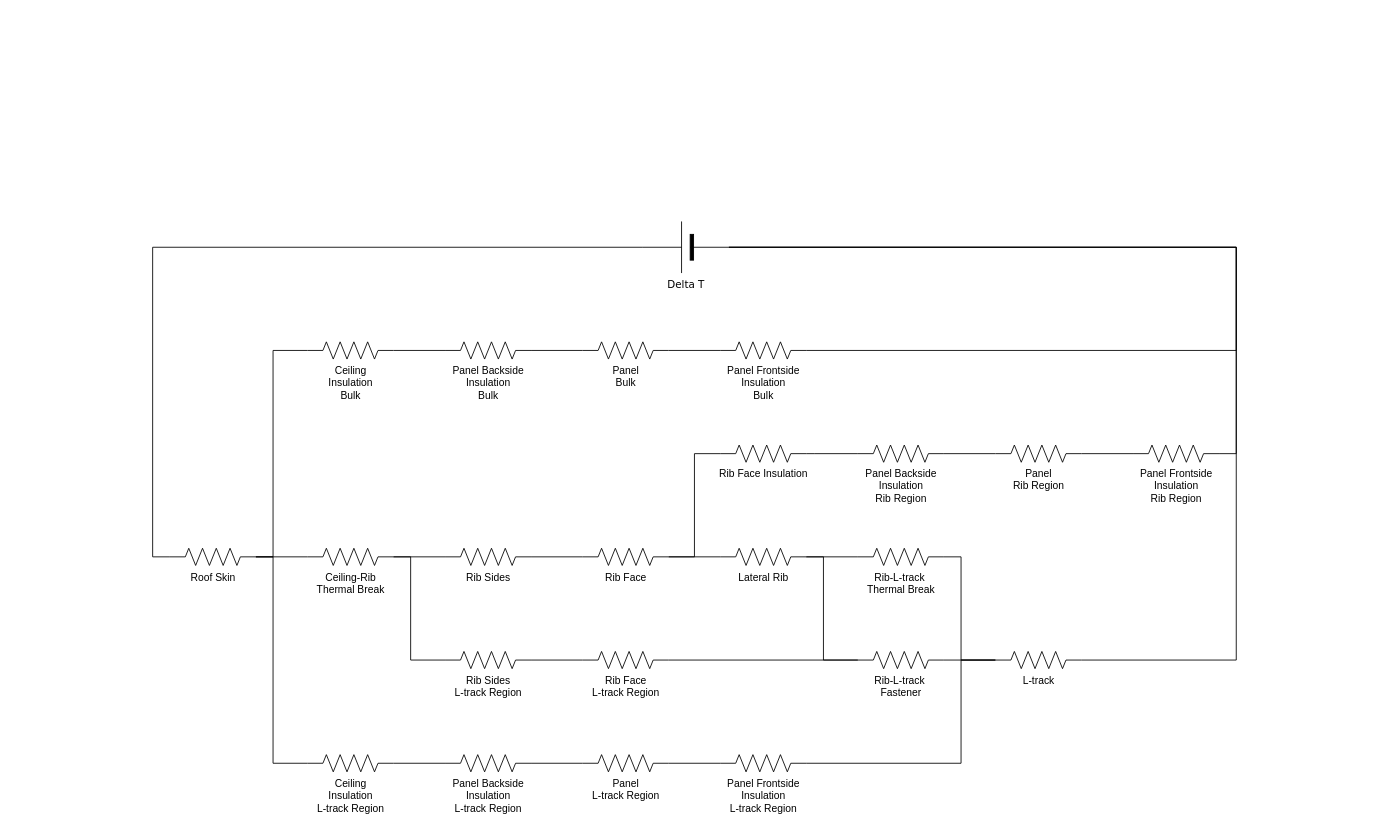
natecostello/van_two_point_oh keeps this draw.io diagram as envelope/insulation/ceiling_thermal_model.drawio. Above is the earlier version. Source tidied: cells renumbered, new cells numbered last; positions are measured from the earlier drawing's top-left corner, leaving out a move shared by most shapes. Both pictures are drawn from the tidied source at 86%, with x=0, y=0 at pixel (169, 221).
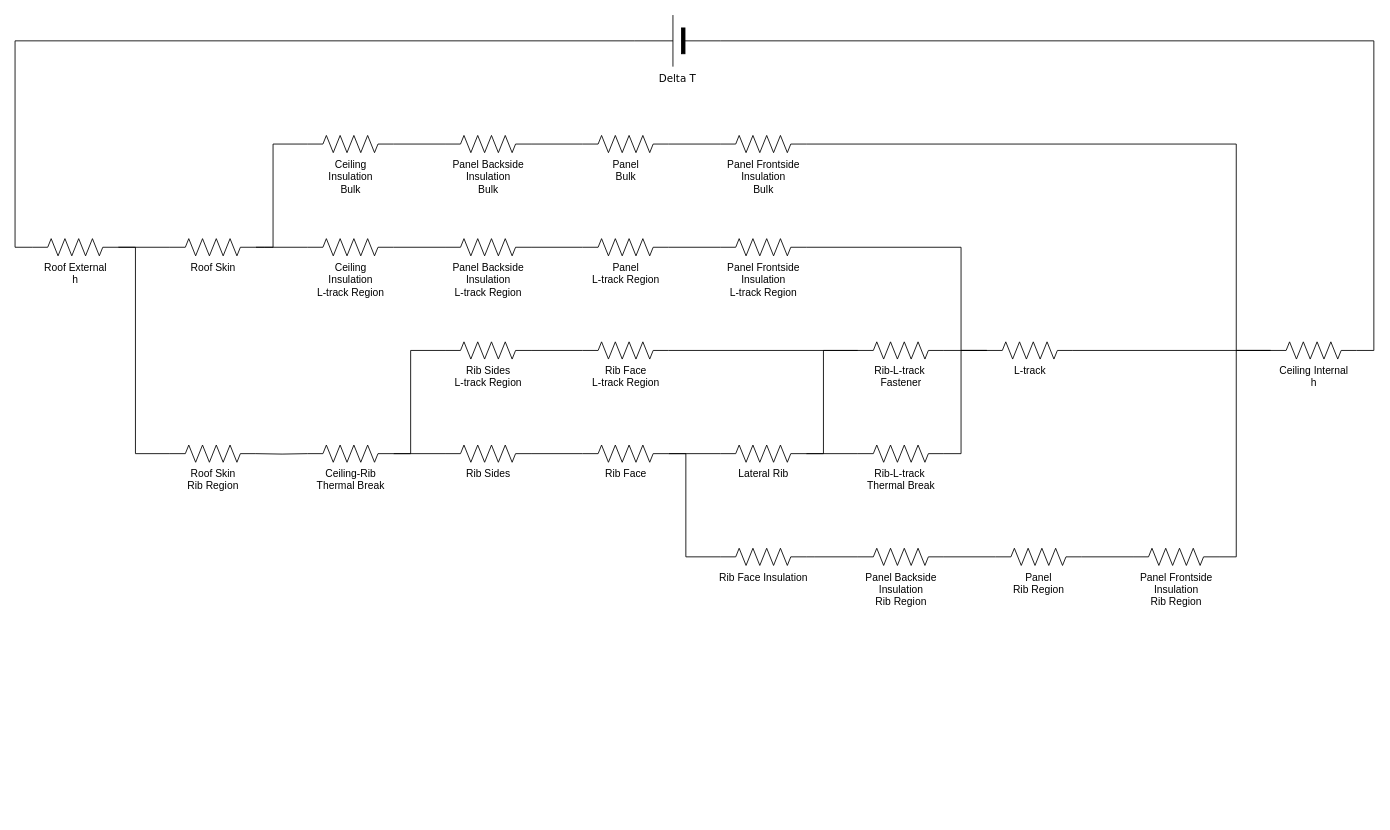
After the change.

Commit message (it also covers changes not shown here):
updated ceiling thermal model

Change to the diagram source:
```diff
@@
-    <mxCell id="2" style="edgeStyle=orthogonalEdgeStyle;rounded=0;jettySize=auto;html=1;exitX=1;exitY=0.5;exitDx=0;exitDy=0;exitPerimeter=0;entryX=0;entryY=0.5;entryDx=0;entryDy=0;entryPerimeter=0;endArrow=none;endFill=0;" parent="1" edge="1" source="3" target="52">
-      <mxGeometry relative="1" as="geometry" />
-    </mxCell>
+    <mxCell id="53" style="edgeStyle=orthogonalEdgeStyle;rounded=0;jettySize=auto;html=1;exitX=1;exitY=0.5;exitDx=0;exitDy=0;exitPerimeter=0;entryX=0;entryY=0.5;entryDx=0;entryDy=0;entryPerimeter=0;endArrow=none;endFill=0;" parent="1" edge="1" source="3" target="60">
+      <mxGeometry relative="1" as="geometry" />
+    </mxCell>
     <mxCell id="3" value="Delta T" style="verticalLabelPosition=bottom;shadow=0;dashed=0;align=center;fillColor=#000000;html=1;verticalAlign=top;strokeWidth=1;shape=mxgraph.electrical.miscellaneous.monocell_battery;rounded=1;comic=0;labelBackgroundColor=none;fontFamily=Verdana;fontSize=12;flipH=1;rotation=0;" parent="1" vertex="1">
-      <mxGeometry x="550" width="100" height="60" as="geometry" />
+      <mxGeometry x="540" y="-240" width="100" height="60" as="geometry" />
     </mxCell>
@@
     <mxCell id="5" value="Ceiling&lt;br&gt;Insulation&lt;br&gt;Bulk" style="verticalLabelPosition=bottom;shadow=0;dashed=0;align=center;html=1;verticalAlign=top;shape=mxgraph.electrical.resistors.resistor_2;rotation=0;" parent="1" vertex="1">
-      <mxGeometry x="160" y="140" width="100" height="20" as="geometry" />
+      <mxGeometry x="160" y="-100" width="100" height="20" as="geometry" />
     </mxCell>
     <mxCell id="6" style="edgeStyle=orthogonalEdgeStyle;rounded=0;jettySize=auto;html=1;exitX=1;exitY=0.5;exitDx=0;exitDy=0;exitPerimeter=0;entryX=0;entryY=0.5;entryDx=0;entryDy=0;entryPerimeter=0;endArrow=none;endFill=0;" parent="1" edge="1" source="8" target="48">
       <mxGeometry relative="1" as="geometry">
         <Array as="points">
-          <mxPoint x="280" y="390" />
-          <mxPoint x="280" y="510" />
+          <mxPoint x="280" y="270" />
+          <mxPoint x="280" y="150" />
         </Array>
       </mxGeometry>
     </mxCell>
@@
     <mxCell id="8" value="Ceiling-Rib &lt;br&gt;Thermal Break" style="verticalLabelPosition=bottom;shadow=0;dashed=0;align=center;html=1;verticalAlign=top;shape=mxgraph.electrical.resistors.resistor_2;rotation=0;" parent="1" vertex="1">
-      <mxGeometry x="160" y="380" width="100" height="20" as="geometry" />
+      <mxGeometry x="160" y="260" width="100" height="20" as="geometry" />
     </mxCell>
@@
     <mxCell id="10" value="Rib Sides" style="verticalLabelPosition=bottom;shadow=0;dashed=0;align=center;html=1;verticalAlign=top;shape=mxgraph.electrical.resistors.resistor_2;rotation=0;" parent="1" vertex="1">
-      <mxGeometry x="320" y="380" width="100" height="20" as="geometry" />
+      <mxGeometry x="320" y="260" width="100" height="20" as="geometry" />
     </mxCell>
@@
     <mxCell id="12" style="edgeStyle=orthogonalEdgeStyle;rounded=0;jettySize=auto;html=1;exitX=1;exitY=0.5;exitDx=0;exitDy=0;exitPerimeter=0;entryX=0;entryY=0.5;entryDx=0;entryDy=0;entryPerimeter=0;endArrow=none;endFill=0;" parent="1" edge="1" source="13" target="15">
-      <mxGeometry relative="1" as="geometry" />
+      <mxGeometry relative="1" as="geometry">
+        <Array as="points">
+          <mxPoint x="600" y="270" />
+          <mxPoint x="600" y="390" />
+        </Array>
+      </mxGeometry>
     </mxCell>
     <mxCell id="13" value="Rib Face" style="verticalLabelPosition=bottom;shadow=0;dashed=0;align=center;html=1;verticalAlign=top;shape=mxgraph.electrical.resistors.resistor_2;rotation=0;" parent="1" vertex="1">
-      <mxGeometry x="480" y="380" width="100" height="20" as="geometry" />
+      <mxGeometry x="480" y="260" width="100" height="20" as="geometry" />
     </mxCell>
     <mxCell id="14" style="edgeStyle=orthogonalEdgeStyle;rounded=0;jettySize=auto;html=1;exitX=1;exitY=0.5;exitDx=0;exitDy=0;exitPerimeter=0;entryX=0;entryY=0.5;entryDx=0;entryDy=0;entryPerimeter=0;endArrow=none;endFill=0;" parent="1" edge="1" source="15" target="37">
       <mxGeometry relative="1" as="geometry">
         <Array as="points">
-          <mxPoint x="750" y="270" />
-          <mxPoint x="750" y="270" />
+          <mxPoint x="750" y="390" />
+          <mxPoint x="750" y="390" />
         </Array>
       </mxGeometry>
     </mxCell>
     <mxCell id="15" value="Rib Face Insulation" style="verticalLabelPosition=bottom;shadow=0;dashed=0;align=center;html=1;verticalAlign=top;shape=mxgraph.electrical.resistors.resistor_2;rotation=0;" parent="1" vertex="1">
-      <mxGeometry x="640" y="260" width="100" height="20" as="geometry" />
+      <mxGeometry x="640" y="380" width="100" height="20" as="geometry" />
     </mxCell>
     <mxCell id="16" style="edgeStyle=orthogonalEdgeStyle;rounded=0;jettySize=auto;html=1;exitX=1;exitY=0.5;exitDx=0;exitDy=0;exitPerimeter=0;entryX=0;entryY=0.5;entryDx=0;entryDy=0;entryPerimeter=0;endArrow=none;endFill=0;" parent="1" edge="1" source="17" target="21">
       <mxGeometry relative="1" as="geometry">
         <Array as="points">
-          <mxPoint x="920" y="390" />
-          <mxPoint x="920" y="510" />
+          <mxPoint x="920" y="270" />
+          <mxPoint x="920" y="150" />
         </Array>
       </mxGeometry>
     </mxCell>
     <mxCell id="17" value="Rib-L-track&amp;nbsp;&lt;br&gt;Thermal Break" style="verticalLabelPosition=bottom;shadow=0;dashed=0;align=center;html=1;verticalAlign=top;shape=mxgraph.electrical.resistors.resistor_2;rotation=0;" parent="1" vertex="1">
-      <mxGeometry x="800" y="380" width="100" height="20" as="geometry" />
+      <mxGeometry x="800" y="260" width="100" height="20" as="geometry" />
     </mxCell>
@@
     <mxCell id="19" value="Rib-L-track&amp;nbsp;&lt;br&gt;Fastener" style="verticalLabelPosition=bottom;shadow=0;dashed=0;align=center;html=1;verticalAlign=top;shape=mxgraph.electrical.resistors.resistor_2;rotation=0;" parent="1" vertex="1">
-      <mxGeometry x="800" y="500" width="100" height="20" as="geometry" />
+      <mxGeometry x="800" y="140" width="100" height="20" as="geometry" />
     </mxCell>
-    <mxCell id="20" style="edgeStyle=orthogonalEdgeStyle;rounded=0;jettySize=auto;html=1;exitX=1;exitY=0.5;exitDx=0;exitDy=0;exitPerimeter=0;entryX=0;entryY=0.5;entryDx=0;entryDy=0;entryPerimeter=0;endArrow=none;endFill=0;" parent="1" edge="1" source="21" target="3">
-      <mxGeometry relative="1" as="geometry">
-        <Array as="points">
-          <mxPoint x="1240" y="510" />
-          <mxPoint x="1240" y="30" />
-        </Array>
-      </mxGeometry>
-    </mxCell>
+    <mxCell id="54" style="edgeStyle=orthogonalEdgeStyle;rounded=0;jettySize=auto;html=1;exitX=1;exitY=0.5;exitDx=0;exitDy=0;exitPerimeter=0;entryX=0;entryY=0.5;entryDx=0;entryDy=0;entryPerimeter=0;endArrow=none;endFill=0;" parent="1" edge="1" source="21" target="62">
+      <mxGeometry relative="1" as="geometry" />
+    </mxCell>
     <mxCell id="21" value="L-track" style="verticalLabelPosition=bottom;shadow=0;dashed=0;align=center;html=1;verticalAlign=top;shape=mxgraph.electrical.resistors.resistor_2;rotation=0;" parent="1" vertex="1">
-      <mxGeometry x="960" y="500" width="100" height="20" as="geometry" />
+      <mxGeometry x="950" y="140" width="100" height="20" as="geometry" />
     </mxCell>
@@
     <mxCell id="23" value="Panel Backside&lt;br&gt;Insulation&lt;br&gt;Bulk" style="verticalLabelPosition=bottom;shadow=0;dashed=0;align=center;html=1;verticalAlign=top;shape=mxgraph.electrical.resistors.resistor_2;rotation=0;" parent="1" vertex="1">
-      <mxGeometry x="320" y="140" width="100" height="20" as="geometry" />
+      <mxGeometry x="320" y="-100" width="100" height="20" as="geometry" />
     </mxCell>
@@
     <mxCell id="25" value="Panel&lt;br&gt;Bulk" style="verticalLabelPosition=bottom;shadow=0;dashed=0;align=center;html=1;verticalAlign=top;shape=mxgraph.electrical.resistors.resistor_2;rotation=0;" parent="1" vertex="1">
-      <mxGeometry x="480" y="140" width="100" height="20" as="geometry" />
+      <mxGeometry x="480" y="-100" width="100" height="20" as="geometry" />
     </mxCell>
-    <mxCell id="26" style="edgeStyle=orthogonalEdgeStyle;rounded=0;jettySize=auto;html=1;exitX=1;exitY=0.5;exitDx=0;exitDy=0;exitPerimeter=0;endArrow=none;endFill=0;" parent="1" edge="1" source="27" target="3">
-      <mxGeometry relative="1" as="geometry">
-        <Array as="points">
-          <mxPoint x="1240" y="150" />
-          <mxPoint x="1240" y="30" />
-        </Array>
-      </mxGeometry>
-    </mxCell>
+    <mxCell id="55" style="edgeStyle=orthogonalEdgeStyle;rounded=0;jettySize=auto;html=1;exitX=1;exitY=0.5;exitDx=0;exitDy=0;exitPerimeter=0;entryX=0;entryY=0.5;entryDx=0;entryDy=0;entryPerimeter=0;endArrow=none;endFill=0;" parent="1" edge="1" source="27" target="62">
+      <mxGeometry relative="1" as="geometry">
+        <Array as="points">
+          <mxPoint x="1240" y="-90" />
+          <mxPoint x="1240" y="150" />
+        </Array>
+      </mxGeometry>
+    </mxCell>
     <mxCell id="27" value="Panel Frontside&lt;br&gt;Insulation&lt;br&gt;Bulk" style="verticalLabelPosition=bottom;shadow=0;dashed=0;align=center;html=1;verticalAlign=top;shape=mxgraph.electrical.resistors.resistor_2;rotation=0;" parent="1" vertex="1">
-      <mxGeometry x="640" y="140" width="100" height="20" as="geometry" />
+      <mxGeometry x="640" y="-100" width="100" height="20" as="geometry" />
     </mxCell>
@@
     <mxCell id="29" value="Panel Backside&lt;br&gt;Insulation&lt;br&gt;L-track Region" style="verticalLabelPosition=bottom;shadow=0;dashed=0;align=center;html=1;verticalAlign=top;shape=mxgraph.electrical.resistors.resistor_2;rotation=0;" parent="1" vertex="1">
-      <mxGeometry x="320" y="620" width="100" height="20" as="geometry" />
+      <mxGeometry x="320" y="20" width="100" height="20" as="geometry" />
     </mxCell>
@@
     <mxCell id="31" value="Panel&lt;br&gt;L-track Region" style="verticalLabelPosition=bottom;shadow=0;dashed=0;align=center;html=1;verticalAlign=top;shape=mxgraph.electrical.resistors.resistor_2;rotation=0;" parent="1" vertex="1">
-      <mxGeometry x="480" y="620" width="100" height="20" as="geometry" />
+      <mxGeometry x="480" y="20" width="100" height="20" as="geometry" />
     </mxCell>
     <mxCell id="32" style="edgeStyle=orthogonalEdgeStyle;rounded=0;jettySize=auto;html=1;exitX=1;exitY=0.5;exitDx=0;exitDy=0;exitPerimeter=0;entryX=0;entryY=0.5;entryDx=0;entryDy=0;entryPerimeter=0;endArrow=none;endFill=0;" parent="1" edge="1" source="33" target="21">
       <mxGeometry relative="1" as="geometry">
         <Array as="points">
-          <mxPoint x="920" y="630" />
-          <mxPoint x="920" y="510" />
+          <mxPoint x="920" y="30" />
+          <mxPoint x="920" y="150" />
         </Array>
       </mxGeometry>
     </mxCell>
     <mxCell id="33" value="Panel Frontside&lt;br&gt;Insulation&lt;br&gt;L-track Region" style="verticalLabelPosition=bottom;shadow=0;dashed=0;align=center;html=1;verticalAlign=top;shape=mxgraph.electrical.resistors.resistor_2;rotation=0;" parent="1" vertex="1">
-      <mxGeometry x="640" y="620" width="100" height="20" as="geometry" />
+      <mxGeometry x="640" y="20" width="100" height="20" as="geometry" />
     </mxCell>
@@
     <mxCell id="35" value="Ceiling&lt;br&gt;Insulation&lt;br&gt;L-track Region" style="verticalLabelPosition=bottom;shadow=0;dashed=0;align=center;html=1;verticalAlign=top;shape=mxgraph.electrical.resistors.resistor_2;rotation=0;" parent="1" vertex="1">
-      <mxGeometry x="160" y="620" width="100" height="20" as="geometry" />
+      <mxGeometry x="160" y="20" width="100" height="20" as="geometry" />
     </mxCell>
@@
     <mxCell id="37" value="Panel Backside&lt;br&gt;Insulation&lt;br&gt;Rib Region" style="verticalLabelPosition=bottom;shadow=0;dashed=0;align=center;html=1;verticalAlign=top;shape=mxgraph.electrical.resistors.resistor_2;rotation=0;" parent="1" vertex="1">
-      <mxGeometry x="800" y="260" width="100" height="20" as="geometry" />
+      <mxGeometry x="800" y="380" width="100" height="20" as="geometry" />
     </mxCell>
@@
     <mxCell id="39" value="Panel&lt;br&gt;Rib Region" style="verticalLabelPosition=bottom;shadow=0;dashed=0;align=center;html=1;verticalAlign=top;shape=mxgraph.electrical.resistors.resistor_2;rotation=0;" parent="1" vertex="1">
-      <mxGeometry x="960" y="260" width="100" height="20" as="geometry" />
+      <mxGeometry x="960" y="380" width="100" height="20" as="geometry" />
     </mxCell>
-    <mxCell id="40" style="edgeStyle=orthogonalEdgeStyle;rounded=0;jettySize=auto;html=1;exitX=1;exitY=0.5;exitDx=0;exitDy=0;exitPerimeter=0;entryX=0;entryY=0.5;entryDx=0;entryDy=0;entryPerimeter=0;endArrow=none;endFill=0;" parent="1" edge="1" source="41" target="3">
-      <mxGeometry relative="1" as="geometry" />
-    </mxCell>
+    <mxCell id="56" style="edgeStyle=orthogonalEdgeStyle;rounded=0;jettySize=auto;html=1;exitX=1;exitY=0.5;exitDx=0;exitDy=0;exitPerimeter=0;entryX=0;entryY=0.5;entryDx=0;entryDy=0;entryPerimeter=0;endArrow=none;endFill=0;" parent="1" edge="1" source="41" target="62">
+      <mxGeometry relative="1" as="geometry">
+        <Array as="points">
+          <mxPoint x="1240" y="390" />
+          <mxPoint x="1240" y="150" />
+        </Array>
+      </mxGeometry>
+    </mxCell>
     <mxCell id="41" value="Panel Frontside&lt;br&gt;Insulation&lt;br&gt;Rib Region" style="verticalLabelPosition=bottom;shadow=0;dashed=0;align=center;html=1;verticalAlign=top;shape=mxgraph.electrical.resistors.resistor_2;rotation=0;" parent="1" vertex="1">
-      <mxGeometry x="1120" y="260" width="100" height="20" as="geometry" />
+      <mxGeometry x="1120" y="380" width="100" height="20" as="geometry" />
     </mxCell>
@@
     <mxCell id="43" style="edgeStyle=orthogonalEdgeStyle;rounded=0;jettySize=auto;html=1;exitX=1;exitY=0.5;exitDx=0;exitDy=0;exitPerimeter=0;entryX=0;entryY=0.5;entryDx=0;entryDy=0;entryPerimeter=0;endArrow=none;endFill=0;" parent="1" edge="1" source="44" target="19">
       <mxGeometry relative="1" as="geometry">
         <Array as="points">
-          <mxPoint x="760" y="390" />
-          <mxPoint x="760" y="510" />
+          <mxPoint x="760" y="270" />
+          <mxPoint x="760" y="150" />
         </Array>
       </mxGeometry>
     </mxCell>
     <mxCell id="44" value="Lateral Rib" style="verticalLabelPosition=bottom;shadow=0;dashed=0;align=center;html=1;verticalAlign=top;shape=mxgraph.electrical.resistors.resistor_2;rotation=0;" parent="1" vertex="1">
-      <mxGeometry x="640" y="380" width="100" height="20" as="geometry" />
+      <mxGeometry x="640" y="260" width="100" height="20" as="geometry" />
     </mxCell>
@@
     <mxCell id="46" value="Rib Face&lt;br&gt;L-track Region" style="verticalLabelPosition=bottom;shadow=0;dashed=0;align=center;html=1;verticalAlign=top;shape=mxgraph.electrical.resistors.resistor_2;rotation=0;" parent="1" vertex="1">
-      <mxGeometry x="480" y="500" width="100" height="20" as="geometry" />
+      <mxGeometry x="480" y="140" width="100" height="20" as="geometry" />
     </mxCell>
@@
     <mxCell id="48" value="Rib Sides&lt;br&gt;L-track Region" style="verticalLabelPosition=bottom;shadow=0;dashed=0;align=center;html=1;verticalAlign=top;shape=mxgraph.electrical.resistors.resistor_2;rotation=0;" parent="1" vertex="1">
-      <mxGeometry x="320" y="500" width="100" height="20" as="geometry" />
+      <mxGeometry x="320" y="140" width="100" height="20" as="geometry" />
     </mxCell>
-    <mxCell id="49" style="edgeStyle=orthogonalEdgeStyle;rounded=0;jettySize=auto;html=1;exitX=1;exitY=0.5;exitDx=0;exitDy=0;exitPerimeter=0;entryX=0;entryY=0.5;entryDx=0;entryDy=0;entryPerimeter=0;endArrow=none;endFill=0;" parent="1" edge="1" source="52" target="8">
-      <mxGeometry relative="1" as="geometry" />
+    <mxCell id="49" style="edgeStyle=orthogonalEdgeStyle;rounded=0;jettySize=auto;html=1;exitX=1;exitY=0.5;exitDx=0;exitDy=0;exitPerimeter=0;entryX=0;entryY=0.5;entryDx=0;entryDy=0;entryPerimeter=0;endArrow=none;endFill=0;" parent="1" edge="1" target="8">
+      <mxGeometry relative="1" as="geometry">
+        <mxPoint x="100" y="270" as="sourcePoint" />
+      </mxGeometry>
     </mxCell>
-    <mxCell id="50" style="edgeStyle=orthogonalEdgeStyle;rounded=0;jettySize=auto;html=1;exitX=1;exitY=0.5;exitDx=0;exitDy=0;exitPerimeter=0;entryX=0;entryY=0.5;entryDx=0;entryDy=0;entryPerimeter=0;endArrow=none;endFill=0;" parent="1" edge="1" source="52" target="35">
+    <mxCell id="50" style="edgeStyle=orthogonalEdgeStyle;rounded=0;jettySize=auto;html=1;entryX=0;entryY=0.5;entryDx=0;entryDy=0;entryPerimeter=0;endArrow=none;endFill=0;exitX=1;exitY=0.5;exitDx=0;exitDy=0;exitPerimeter=0;" parent="1" edge="1" source="52" target="35">
       <mxGeometry relative="1" as="geometry">
         <Array as="points">
-          <mxPoint x="120" y="390" />
-          <mxPoint x="120" y="630" />
+          <mxPoint x="110" y="30" />
+          <mxPoint x="110" y="30" />
         </Array>
       </mxGeometry>
     </mxCell>
     <mxCell id="51" style="edgeStyle=orthogonalEdgeStyle;rounded=0;jettySize=auto;html=1;exitX=1;exitY=0.5;exitDx=0;exitDy=0;exitPerimeter=0;entryX=0;entryY=0.5;entryDx=0;entryDy=0;entryPerimeter=0;endArrow=none;endFill=0;" parent="1" edge="1" source="52" target="5">
       <mxGeometry relative="1" as="geometry">
         <Array as="points">
-          <mxPoint x="120" y="390" />
-          <mxPoint x="120" y="150" />
+          <mxPoint x="120" y="30" />
+          <mxPoint x="120" y="-90" />
         </Array>
       </mxGeometry>
     </mxCell>
+    <mxCell id="57" value="Roof Skin&lt;br&gt;Rib Region" style="verticalLabelPosition=bottom;shadow=0;dashed=0;align=center;html=1;verticalAlign=top;shape=mxgraph.electrical.resistors.resistor_2;rotation=0;" parent="1" vertex="1">
+      <mxGeometry y="260" width="100" height="20" as="geometry" />
+    </mxCell>
     <mxCell id="52" value="Roof Skin" style="verticalLabelPosition=bottom;shadow=0;dashed=0;align=center;html=1;verticalAlign=top;shape=mxgraph.electrical.resistors.resistor_2;rotation=0;" parent="1" vertex="1">
-      <mxGeometry y="380" width="100" height="20" as="geometry" />
+      <mxGeometry y="20" width="100" height="20" as="geometry" />
     </mxCell>
+    <mxCell id="58" style="edgeStyle=orthogonalEdgeStyle;rounded=0;jettySize=auto;html=1;exitX=1;exitY=0.5;exitDx=0;exitDy=0;exitPerimeter=0;entryX=0;entryY=0.5;entryDx=0;entryDy=0;entryPerimeter=0;endArrow=none;endFill=0;" parent="1" edge="1" source="60" target="52">
+      <mxGeometry relative="1" as="geometry" />
+    </mxCell>
+    <mxCell id="59" style="edgeStyle=orthogonalEdgeStyle;rounded=0;jettySize=auto;html=1;exitX=1;exitY=0.5;exitDx=0;exitDy=0;exitPerimeter=0;entryX=0;entryY=0.5;entryDx=0;entryDy=0;entryPerimeter=0;endArrow=none;endFill=0;" parent="1" edge="1" source="60" target="57">
+      <mxGeometry relative="1" as="geometry">
+        <Array as="points">
+          <mxPoint x="-40" y="30" />
+          <mxPoint x="-40" y="270" />
+        </Array>
+      </mxGeometry>
+    </mxCell>
+    <mxCell id="60" value="Roof External&lt;br&gt;h" style="verticalLabelPosition=bottom;shadow=0;dashed=0;align=center;html=1;verticalAlign=top;shape=mxgraph.electrical.resistors.resistor_2;rotation=0;" parent="1" vertex="1">
+      <mxGeometry x="-160" y="20" width="100" height="20" as="geometry" />
+    </mxCell>
+    <mxCell id="61" style="edgeStyle=orthogonalEdgeStyle;rounded=0;jettySize=auto;html=1;exitX=1;exitY=0.5;exitDx=0;exitDy=0;exitPerimeter=0;entryX=0;entryY=0.5;entryDx=0;entryDy=0;entryPerimeter=0;endArrow=none;endFill=0;" parent="1" edge="1" source="62" target="3">
+      <mxGeometry relative="1" as="geometry" />
+    </mxCell>
+    <mxCell id="62" value="Ceiling Internal&lt;br&gt;h" style="verticalLabelPosition=bottom;shadow=0;dashed=0;align=center;html=1;verticalAlign=top;shape=mxgraph.electrical.resistors.resistor_2;rotation=0;" parent="1" vertex="1">
+      <mxGeometry x="1280" y="140" width="100" height="20" as="geometry" />
+    </mxCell>
```
